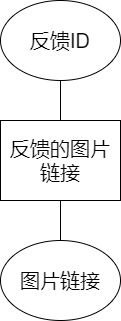
Jater0/Graduation keeps this draw.io diagram as database-er/table.f_cover.drawio.png. Above is the earlier version. Source tidied: cells renumbered, new cells last; positions are measured from the earlier drawing's top-left corner, leaving out a move shared by most shapes.
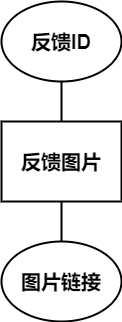
The same diagram one commit later.

What changed in the source:
```diff
@@ -2,19 +2,19 @@
   <root>
     <mxCell id="0" />
     <mxCell id="1" parent="0" />
-    <mxCell id="2" value="反馈的图片链接" style="rounded=0;whiteSpace=wrap;html=1;fontSize=20;" parent="1" vertex="1">
+    <mxCell id="2" value="反馈图片" style="rounded=0;whiteSpace=wrap;html=1;fontSize=20;fontStyle=1;strokeWidth=2;" parent="1" vertex="1">
       <mxGeometry y="120" width="120" height="80" as="geometry" />
     </mxCell>
-    <mxCell id="3" value="图片链接" style="ellipse;whiteSpace=wrap;html=1;fontSize=20;" parent="1" vertex="1">
+    <mxCell id="3" value="图片链接" style="ellipse;whiteSpace=wrap;html=1;fontSize=20;fontStyle=1;strokeWidth=2;" parent="1" vertex="1">
       <mxGeometry y="240" width="120" height="80" as="geometry" />
     </mxCell>
-    <mxCell id="4" style="endArrow=none;html=1;fontSize=20;entryX=0.5;entryY=1;entryDx=0;entryDy=0;exitX=0.5;exitY=0;exitDx=0;exitDy=0;" parent="1" edge="1" source="3" target="2">
+    <mxCell id="4" style="endArrow=none;html=1;fontSize=20;entryX=0.5;entryY=1;entryDx=0;entryDy=0;exitX=0.5;exitY=0;exitDx=0;exitDy=0;fontStyle=1;strokeWidth=2;" parent="1" edge="1" source="3" target="2">
       <mxGeometry relative="1" as="geometry" />
     </mxCell>
-    <mxCell id="5" value="反馈ID" style="ellipse;whiteSpace=wrap;html=1;fontSize=20;" parent="1" vertex="1">
+    <mxCell id="5" value="反馈ID" style="ellipse;whiteSpace=wrap;html=1;fontSize=20;fontStyle=1;strokeWidth=2;" parent="1" vertex="1">
       <mxGeometry width="120" height="80" as="geometry" />
     </mxCell>
-    <mxCell id="6" style="endArrow=none;html=1;fontSize=20;entryX=0.5;entryY=1;entryDx=0;entryDy=0;exitX=0.5;exitY=0;exitDx=0;exitDy=0;" parent="1" edge="1" source="2" target="5">
+    <mxCell id="6" style="endArrow=none;html=1;fontSize=20;entryX=0.5;entryY=1;entryDx=0;entryDy=0;exitX=0.5;exitY=0;exitDx=0;exitDy=0;fontStyle=1;strokeWidth=2;" parent="1" edge="1" source="2" target="5">
       <mxGeometry relative="1" as="geometry" />
     </mxCell>
   </root>
```
